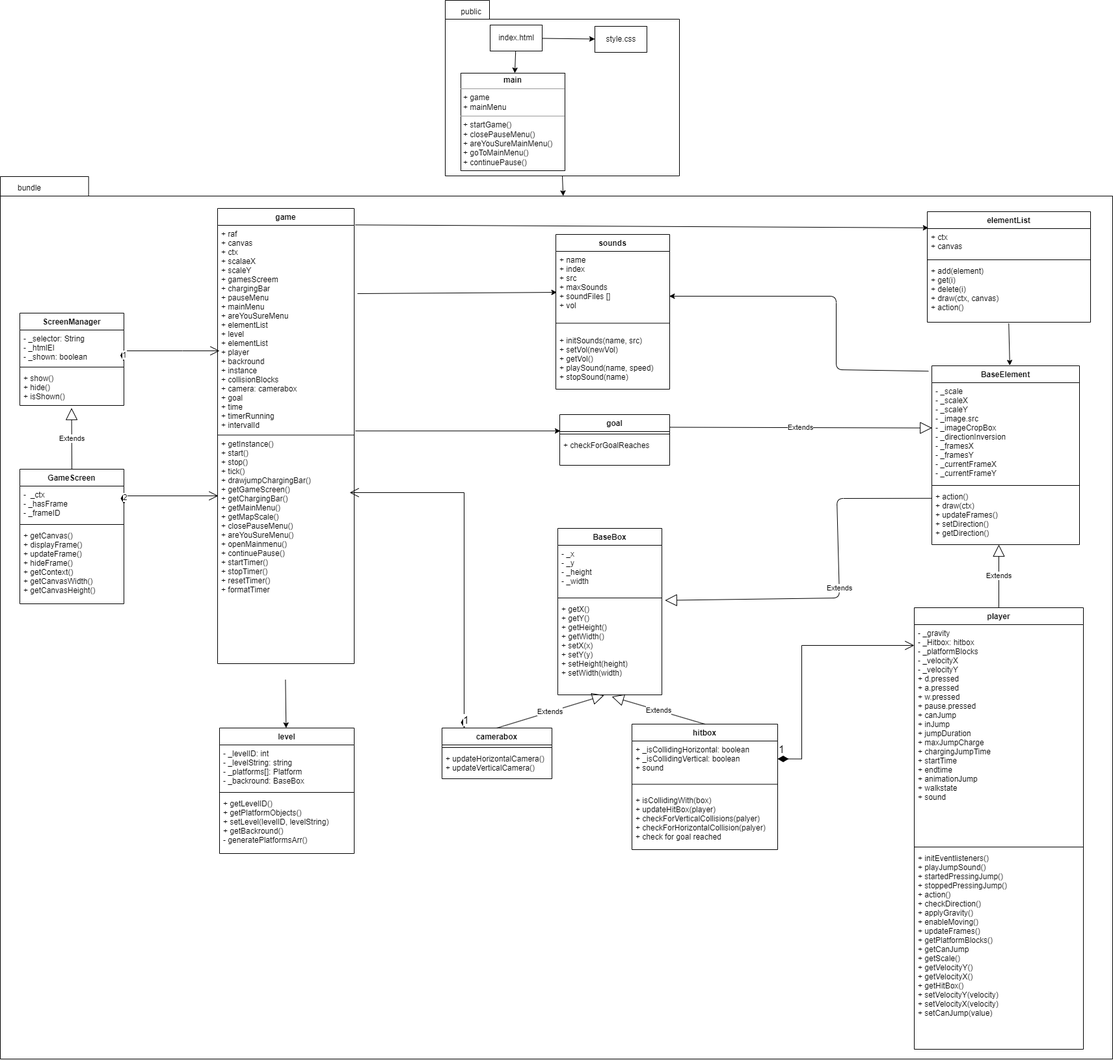
Before: klassendiagramm.png, a diagram exported from draw.io (ozhadykov/browsergame-v2). Source tidied: cells renumbered, new cells last; positions are measured from the earlier drawing's top-left corner, leaving out a move shared by most shapes.
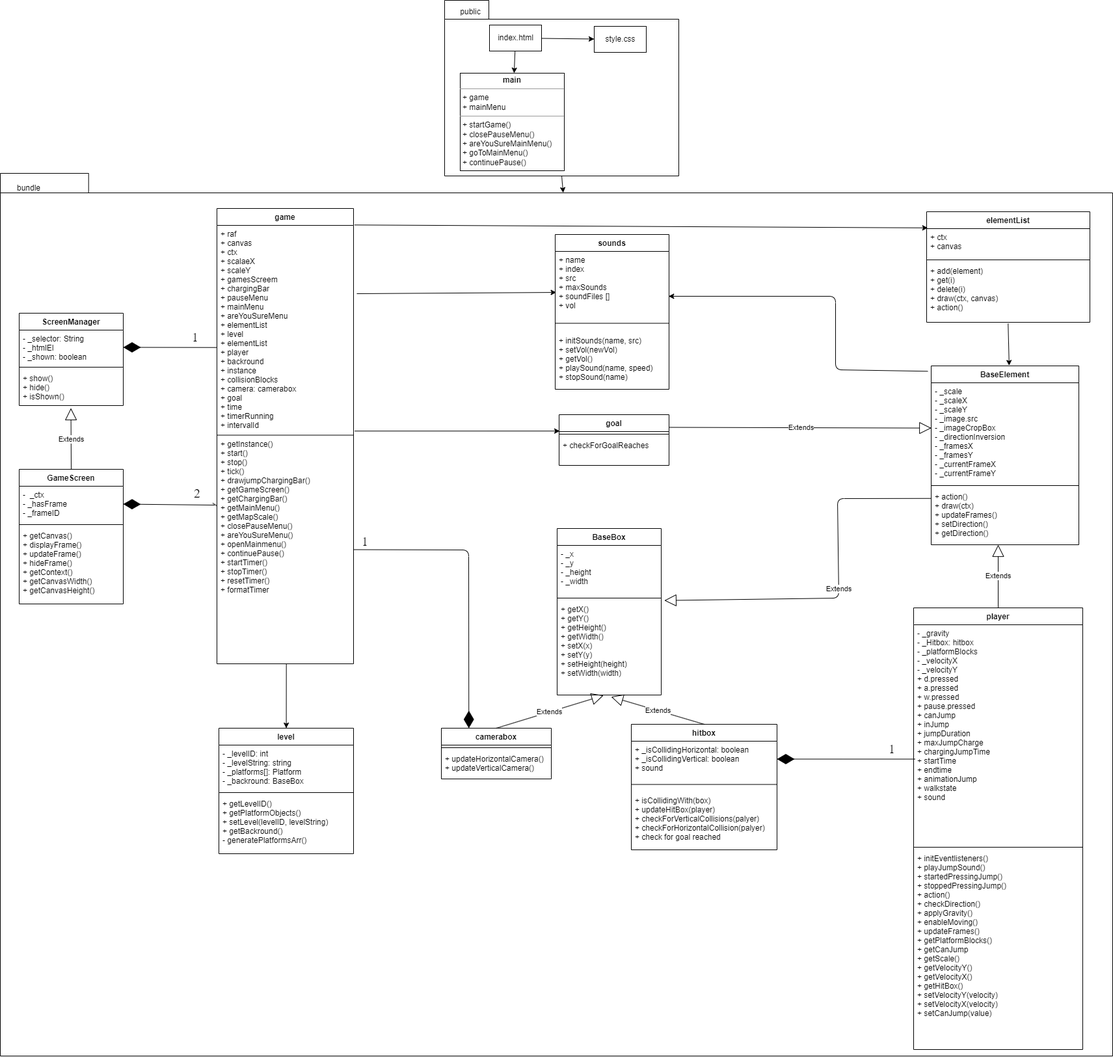
After the change.

The edit, as a diff of the source:
```diff
@@ -3,7 +3,7 @@
     <mxCell id="0" />
     <mxCell id="1" parent="0" />
     <mxCell id="2" value="&lt;span style=&quot;color: rgba(0, 0, 0, 0); font-family: monospace; font-size: 0px; font-weight: 400; text-align: start;&quot;&gt;%3CmxGraphModel%3E%3Croot%3E%3CmxCell%20id%3D%220%22%2F%3E%3CmxCell%20id%3D%221%22%20parent%3D%220%22%2F%3E%3CmxCell%20id%3D%222%22%20value%3D%22backround%26%2310%3B%22%20style%3D%22swimlane%3BfontStyle%3D1%3Balign%3Dcenter%3BverticalAlign%3Dtop%3BchildLayout%3DstackLayout%3Bhorizontal%3D1%3BstartSize%3D26%3BhorizontalStack%3D0%3BresizeParent%3D1%3BresizeParentMax%3D0%3BresizeLast%3D0%3Bcollapsible%3D1%3BmarginBottom%3D0%3B%22%20vertex%3D%221%22%20parent%3D%221%22%3E%3CmxGeometry%20x%3D%22-80%22%20y%3D%22950%22%20width%3D%22160%22%20height%3D%2286%22%20as%3D%22geometry%22%2F%3E%3C%2FmxCell%3E%3CmxCell%20id%3D%223%22%20value%3D%22%2B%20field%3A%20type%22%20style%3D%22text%3BstrokeColor%3Dnone%3BfillColor%3Dnone%3Balign%3Dleft%3BverticalAlign%3Dtop%3BspacingLeft%3D4%3BspacingRight%3D4%3Boverflow%3Dhidden%3Brotatable%3D0%3Bpoints%3D%5B%5B0%2C0.5%5D%2C%5B1%2C0.5%5D%5D%3BportConstraint%3Deastwest%3B%22%20vertex%3D%221%22%20parent%3D%222%22%3E%3CmxGeometry%20y%3D%2226%22%20width%3D%22160%22%20height%3D%2226%22%20as%3D%22geometry%22%2F%3E%3C%2FmxCell%3E%3CmxCell%20id%3D%224%22%20value%3D%22%22%20style%3D%22line%3BstrokeWidth%3D1%3BfillColor%3Dnone%3Balign%3Dleft%3BverticalAlign%3Dmiddle%3BspacingTop%3D-1%3BspacingLeft%3D3%3BspacingRight%3D3%3Brotatable%3D0%3BlabelPosition%3Dright%3Bpoints%3D%5B%5D%3BportConstraint%3Deastwest%3BstrokeColor%3Dinherit%3B%22%20vertex%3D%221%22%20parent%3D%222%22%3E%3CmxGeometry%20y%3D%2252%22%20width%3D%22160%22%20height%3D%228%22%20as%3D%22geometry%22%2F%3E%3C%2FmxCell%3E%3CmxCell%20id%3D%225%22%20value%3D%22%2B%20method(type)%3A%20type%22%20style%3D%22text%3BstrokeColor%3Dnone%3BfillColor%3Dnone%3Balign%3Dleft%3BverticalAlign%3Dtop%3BspacingLeft%3D4%3BspacingRight%3D4%3Boverflow%3Dhidden%3Brotatable%3D0%3Bpoints%3D%5B%5B0%2C0.5%5D%2C%5B1%2C0.5%5D%5D%3BportConstraint%3Deastwest%3B%22%20vertex%3D%221%22%20parent%3D%222%22%3E%3CmxGeometry%20y%3D%2260%22%20width%3D%22160%22%20height%3D%2226%22%20as%3D%22geometry%22%2F%3E%3C%2FmxCell%3E%3C%2Froot%3E%3C%2FmxGraphModel%3E&lt;/span&gt;" style="shape=folder;fontStyle=1;spacingTop=10;tabWidth=50;tabHeight=30;tabPosition=left;html=1;" parent="1" vertex="1">
-      <mxGeometry y="271" width="1710" height="1357" as="geometry" />
+      <mxGeometry x="1" y="266" width="1710" height="1357" as="geometry" />
     </mxCell>
     <mxCell id="3" style="shape=folder;fontStyle=1;spacingTop=10;tabWidth=68;tabHeight=29;tabPosition=left;html=1;" parent="1" vertex="1">
       <mxGeometry x="684" width="360" height="270" as="geometry" />
@@ -124,7 +124,7 @@
     <mxCell id="41" value="Extends" style="endArrow=block;endSize=16;endFill=0;html=1;exitX=-0.002;exitY=0.181;exitDx=0;exitDy=0;exitPerimeter=0;entryX=1.03;entryY=-0.002;entryDx=0;entryDy=0;entryPerimeter=0;" parent="1" edge="1" source="22" target="33">
       <mxGeometry relative="1" as="geometry">
         <Array as="points">
-          <mxPoint x="1286" y="766" />
+          <mxPoint x="1288" y="766" />
           <mxPoint x="1290" y="919" />
         </Array>
       </mxGeometry>
@@ -135,21 +135,6 @@
     <mxCell id="43" value="Extends" style="endArrow=block;endSize=16;endFill=0;html=1;exitX=0.5;exitY=0;exitDx=0;exitDy=0;entryX=0.519;entryY=1.019;entryDx=0;entryDy=0;entryPerimeter=0;" parent="1" edge="1" source="34" target="33">
       <mxGeometry relative="1" as="geometry" />
     </mxCell>
-    <mxCell id="44" value="1" style="endArrow=open;html=1;endSize=12;startArrow=diamondThin;startSize=14;startFill=1;edgeStyle=orthogonalEdgeStyle;align=left;verticalAlign=bottom;hachureGap=4;fontFamily=Helvetica;fontSize=16;rounded=0;exitX=1;exitY=0.5;exitDx=0;exitDy=0;" parent="1" edge="1" source="35" target="25">
-      <mxGeometry x="-1" y="3" relative="1" as="geometry">
-        <Array as="points">
-          <mxPoint x="1232" y="992" />
-        </Array>
-      </mxGeometry>
-    </mxCell>
-    <mxCell id="45" value="1" style="endArrow=open;html=1;endSize=12;startArrow=diamondThin;startSize=14;startFill=1;edgeStyle=orthogonalEdgeStyle;align=left;verticalAlign=bottom;rounded=0;sketch=0;hachureGap=4;jiggle=2;curveFitting=1;fontFamily=Helvetica;fontSize=16;" parent="1" edge="1" source="38">
-      <mxGeometry x="-1" y="3" relative="1" as="geometry">
-        <mxPoint x="537" y="757" as="targetPoint" />
-        <Array as="points">
-          <mxPoint x="713" y="757" />
-        </Array>
-      </mxGeometry>
-    </mxCell>
     <mxCell id="46" value="sounds" style="swimlane;fontStyle=1;align=center;verticalAlign=top;horizontal=1;startSize=26;hachureGap=4;fontFamily=Helvetica;fontSize=12;" parent="1" vertex="1">
       <mxGeometry x="854" y="360" width="175" height="238" as="geometry" />
     </mxCell>
@@ -186,15 +171,6 @@
     <mxCell id="57" value="+ show()&#10;+ hide() &#10;+ isShown()" style="text;strokeColor=none;fillColor=none;align=left;verticalAlign=top;spacingLeft=4;spacingRight=4;overflow=hidden;points=[[0,0.5],[1,0.5]];portConstraint=eastwest;sketch=0;hachureGap=4;jiggle=2;curveFitting=1;fontFamily=Helvetica;fontSize=12;" parent="54" vertex="1">
       <mxGeometry y="87" width="160" height="55" as="geometry" />
     </mxCell>
-    <mxCell id="58" value="1" style="endArrow=open;html=1;endSize=12;startArrow=diamondThin;startSize=14;startFill=1;edgeStyle=orthogonalEdgeStyle;align=left;verticalAlign=bottom;rounded=0;sketch=0;hachureGap=4;jiggle=2;curveFitting=1;fontFamily=Helvetica;fontSize=12;exitX=0.996;exitY=0.898;exitDx=0;exitDy=0;exitPerimeter=0;" parent="1" edge="1" source="55">
-      <mxGeometry x="-1" y="3" relative="1" as="geometry">
-        <mxPoint x="337" y="539" as="targetPoint" />
-        <Array as="points">
-          <mxPoint x="280" y="539" />
-          <mxPoint x="280" y="539" />
-        </Array>
-      </mxGeometry>
-    </mxCell>
     <mxCell id="59" value="GameScreen" style="swimlane;fontStyle=1;align=center;verticalAlign=top;horizontal=1;startSize=26;sketch=0;hachureGap=4;jiggle=2;curveFitting=1;fontFamily=Helvetica;fontSize=12;" parent="1" vertex="1">
       <mxGeometry x="30" y="721" width="160" height="207" as="geometry" />
     </mxCell>
@@ -226,17 +202,9 @@
         </Array>
       </mxGeometry>
     </mxCell>
-    <mxCell id="67" style="edgeStyle=none;html=1;exitX=0.497;exitY=1.071;exitDx=0;exitDy=0;exitPerimeter=0;" parent="1" edge="1" source="14" target="50">
+    <mxCell id="67" style="edgeStyle=none;html=1;exitX=0.508;exitY=1.001;exitDx=0;exitDy=0;exitPerimeter=0;" parent="1" edge="1" source="14" target="50">
       <mxGeometry relative="1" as="geometry" />
     </mxCell>
-    <mxCell id="68" value="2" style="endArrow=open;html=1;endSize=12;startArrow=diamondThin;startSize=14;startFill=1;edgeStyle=orthogonalEdgeStyle;align=left;verticalAlign=bottom;rounded=0;sketch=0;hachureGap=4;jiggle=2;curveFitting=1;fontFamily=Helvetica;fontSize=12;exitX=1;exitY=0.5;exitDx=0;exitDy=0;" parent="1" edge="1" source="60">
-      <mxGeometry x="-1" y="3" relative="1" as="geometry">
-        <mxPoint x="335" y="762" as="targetPoint" />
-        <Array as="points">
-          <mxPoint x="335" y="762" />
-        </Array>
-      </mxGeometry>
-    </mxCell>
     <mxCell id="69" value="goal&#10;" style="swimlane;fontStyle=1;align=center;verticalAlign=top;horizontal=1;startSize=26;strokeColor=default;fontFamily=Helvetica;fontSize=12;fontColor=default;fillColor=default;" parent="1" vertex="1">
       <mxGeometry x="860" y="637" width="169" height="78" as="geometry" />
     </mxCell>
@@ -252,5 +220,36 @@
     <mxCell id="73" style="edgeStyle=none;html=1;entryX=0.006;entryY=0.323;entryDx=0;entryDy=0;exitX=1.009;exitY=0.982;exitDx=0;exitDy=0;exitPerimeter=0;entryPerimeter=0;" parent="1" edge="1" source="12" target="69">
       <mxGeometry relative="1" as="geometry" />
     </mxCell>
+    <mxCell id="74" style="endArrow=diamondThin;endFill=1;endSize=24;html=1;hachureGap=4;fontFamily=Architects Daughter;fontSource=https%3A%2F%2Ffonts.googleapis.com%2Fcss%3Ffamily%3DArchitects%2BDaughter;fontSize=16;entryX=1;entryY=0.5;entryDx=0;entryDy=0;exitX=0.008;exitY=0.611;exitDx=0;exitDy=0;exitPerimeter=0;" parent="1" edge="1" source="25" target="35">
+      <mxGeometry relative="1" as="geometry" />
+    </mxCell>
+    <mxCell id="75" style="endArrow=diamondThin;endFill=1;endSize=24;html=1;hachureGap=4;fontFamily=Architects Daughter;fontSource=https%3A%2F%2Ffonts.googleapis.com%2Fcss%3Ffamily%3DArchitects%2BDaughter;fontSize=16;entryX=0.25;entryY=0;entryDx=0;entryDy=0;exitX=1;exitY=0.5;exitDx=0;exitDy=0;" parent="1" edge="1" source="14" target="38">
+      <mxGeometry relative="1" as="geometry">
+        <Array as="points">
+          <mxPoint x="721" y="845" />
+        </Array>
+      </mxGeometry>
+    </mxCell>
+    <mxCell id="76" value="&lt;font face=&quot;Times New Roman&quot;&gt;1&lt;/font&gt;" style="text;html=1;strokeColor=none;fillColor=none;align=center;verticalAlign=middle;whiteSpace=wrap;rounded=0;sketch=1;hachureGap=4;jiggle=2;curveFitting=1;fontFamily=Architects Daughter;fontSource=https%3A%2F%2Ffonts.googleapis.com%2Fcss%3Ffamily%3DArchitects%2BDaughter;fontSize=20;" parent="1" vertex="1">
+      <mxGeometry x="1342" y="1136" width="60" height="30" as="geometry" />
+    </mxCell>
+    <mxCell id="77" value="&lt;font face=&quot;Times New Roman&quot;&gt;1&lt;/font&gt;" style="text;html=1;strokeColor=none;fillColor=none;align=center;verticalAlign=middle;whiteSpace=wrap;rounded=0;sketch=1;hachureGap=4;jiggle=2;curveFitting=1;fontFamily=Architects Daughter;fontSource=https%3A%2F%2Ffonts.googleapis.com%2Fcss%3Ffamily%3DArchitects%2BDaughter;fontSize=20;" parent="1" vertex="1">
+      <mxGeometry x="532" y="817" width="60" height="30" as="geometry" />
+    </mxCell>
+    <mxCell id="78" style="endArrow=diamondThin;endFill=1;endSize=24;html=1;hachureGap=4;fontFamily=Architects Daughter;fontSource=https%3A%2F%2Ffonts.googleapis.com%2Fcss%3Ffamily%3DArchitects%2BDaughter;fontSize=16;entryX=1;entryY=0.5;entryDx=0;entryDy=0;exitX=-0.004;exitY=0.583;exitDx=0;exitDy=0;exitPerimeter=0;" parent="1" edge="1" source="12" target="55">
+      <mxGeometry relative="1" as="geometry" />
+    </mxCell>
+    <mxCell id="79" value="&lt;font face=&quot;Times New Roman&quot;&gt;1&lt;/font&gt;" style="text;html=1;strokeColor=none;fillColor=none;align=center;verticalAlign=middle;whiteSpace=wrap;rounded=0;sketch=1;hachureGap=4;jiggle=2;curveFitting=1;fontFamily=Architects Daughter;fontSource=https%3A%2F%2Ffonts.googleapis.com%2Fcss%3Ffamily%3DArchitects%2BDaughter;fontSize=20;" parent="1" vertex="1">
+      <mxGeometry x="271" y="503" width="60" height="30" as="geometry" />
+    </mxCell>
+    <mxCell id="80" style="endArrow=diamondThin;endFill=1;endSize=24;html=1;hachureGap=4;fontFamily=Architects Daughter;fontSource=https%3A%2F%2Ffonts.googleapis.com%2Fcss%3Ffamily%3DArchitects%2BDaughter;fontSize=16;entryX=1;entryY=0.5;entryDx=0;entryDy=0;exitX=-0.016;exitY=0.305;exitDx=0;exitDy=0;exitPerimeter=0;" parent="1" edge="1" source="14" target="60">
+      <mxGeometry relative="1" as="geometry" />
+    </mxCell>
+    <mxCell id="81" style="edgeStyle=none;sketch=0;hachureGap=4;jiggle=2;curveFitting=1;html=1;fontFamily=Times New Roman;fontSize=16;endArrow=none;endFill=0;" parent="1" edge="1" source="68" target="14">
+      <mxGeometry relative="1" as="geometry" />
+    </mxCell>
+    <mxCell id="68" value="&lt;font face=&quot;Times New Roman&quot;&gt;2&lt;br&gt;&lt;/font&gt;" style="text;html=1;strokeColor=none;fillColor=none;align=center;verticalAlign=middle;whiteSpace=wrap;rounded=0;sketch=1;hachureGap=4;jiggle=2;curveFitting=1;fontFamily=Architects Daughter;fontSource=https%3A%2F%2Ffonts.googleapis.com%2Fcss%3Ffamily%3DArchitects%2BDaughter;fontSize=20;" parent="1" vertex="1">
+      <mxGeometry x="274" y="743" width="60" height="30" as="geometry" />
+    </mxCell>
   </root>
 </mxGraphModel>
```
